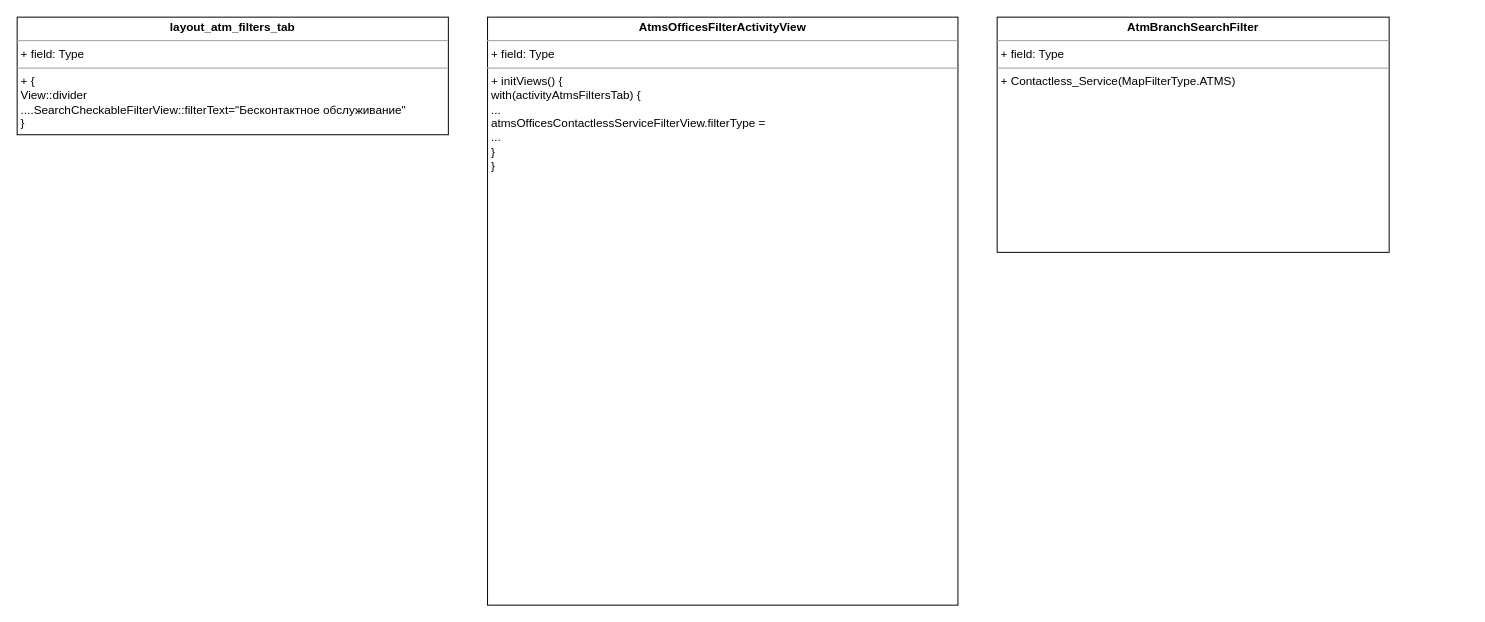
This is UNI-17710.drawio from ShiryaevNikolay/diagrams, a draw.io file, before an edit. Source tidied: cells renumbered, new cells numbered last; positions are measured from the earlier drawing's top-left corner, leaving out a move shared by most shapes. Both pictures are drawn from the tidied source at 98%, with x=0, y=0 at pixel (17, 17).
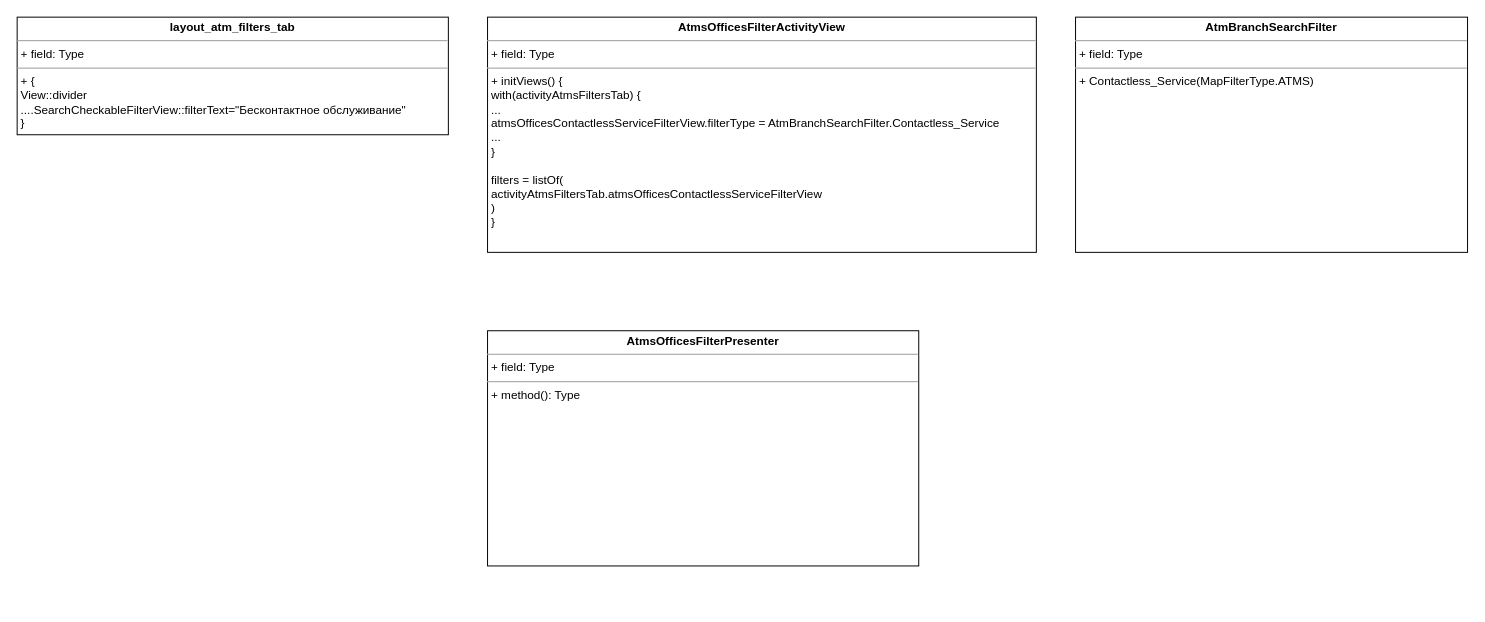
After the change.

Change to the diagram source:
```diff
@@
 <mxGraphModel>
   <root>
     <mxCell id="0" />
     <mxCell id="1" parent="0" />
+    <mxCell id="3" value="&lt;p style=&quot;margin:0px;margin-top:4px;text-align:center;&quot;&gt;&lt;b&gt;AtmsOfficesFilterActivityView&lt;/b&gt;&lt;/p&gt;&lt;hr size=&quot;1&quot;&gt;&lt;p style=&quot;margin:0px;margin-left:4px;&quot;&gt;+ field: Type&lt;/p&gt;&lt;hr size=&quot;1&quot;&gt;&lt;p style=&quot;margin:0px;margin-left:4px;&quot;&gt;+ initViews() {&lt;/p&gt;&lt;p style=&quot;margin:0px;margin-left:4px;&quot;&gt;with(activityAtmsFiltersTab) {&lt;/p&gt;&lt;p style=&quot;margin:0px;margin-left:4px;&quot;&gt;...&lt;br&gt;&lt;/p&gt;&lt;p style=&quot;margin:0px;margin-left:4px;&quot;&gt;atmsOfficesContactlessServiceFilterView.filterType = AtmBranchSearchFilter.Contactless_Service&lt;br&gt;&lt;/p&gt;&lt;p style=&quot;margin:0px;margin-left:4px;&quot;&gt;...&lt;br&gt;&lt;/p&gt;&lt;p style=&quot;margin:0px;margin-left:4px;&quot;&gt;}&lt;/p&gt;&lt;p style=&quot;margin:0px;margin-left:4px;&quot;&gt;&lt;br&gt;&lt;/p&gt;&lt;p style=&quot;margin:0px;margin-left:4px;&quot;&gt;filters = listOf(&lt;/p&gt;&lt;p style=&quot;margin:0px;margin-left:4px;&quot;&gt;activityAtmsFiltersTab.atmsOfficesContactlessServiceFilterView&lt;br&gt;&lt;/p&gt;&lt;p style=&quot;margin:0px;margin-left:4px;&quot;&gt;)&lt;br&gt;&lt;/p&gt;&lt;p style=&quot;margin:0px;margin-left:4px;&quot;&gt;}&lt;br&gt;&lt;/p&gt;" style="verticalAlign=top;align=left;overflow=fill;fontSize=12;fontFamily=Helvetica;html=1;" parent="1" vertex="1">
+      <mxGeometry x="480" width="560" height="240" as="geometry" />
+    </mxCell>
     <mxCell id="2" value="&lt;p style=&quot;margin:0px;margin-top:4px;text-align:center;&quot;&gt;&lt;b&gt;layout_atm_filters_tab&lt;/b&gt;&lt;/p&gt;&lt;hr size=&quot;1&quot;&gt;&lt;p style=&quot;margin:0px;margin-left:4px;&quot;&gt;+ field: Type&lt;/p&gt;&lt;hr size=&quot;1&quot;&gt;&lt;p style=&quot;margin:0px;margin-left:4px;&quot;&gt;+ {&lt;/p&gt;&lt;p style=&quot;margin:0px;margin-left:4px;&quot;&gt;View::divider&lt;/p&gt;&lt;p style=&quot;margin:0px;margin-left:4px;&quot;&gt;....SearchCheckableFilterView::filterText=&quot;Бесконтактное обслуживание&quot;&lt;br&gt;&lt;/p&gt;&lt;p style=&quot;margin:0px;margin-left:4px;&quot;&gt;}&lt;br&gt;&lt;/p&gt;" style="verticalAlign=top;align=left;overflow=fill;fontSize=12;fontFamily=Helvetica;html=1;" parent="1" vertex="1">
       <mxGeometry width="440" height="120" as="geometry" />
     </mxCell>
-    <mxCell id="3" value="&lt;p style=&quot;margin:0px;margin-top:4px;text-align:center;&quot;&gt;&lt;b&gt;AtmsOfficesFilterActivityView&lt;/b&gt;&lt;/p&gt;&lt;hr size=&quot;1&quot;&gt;&lt;p style=&quot;margin:0px;margin-left:4px;&quot;&gt;+ field: Type&lt;/p&gt;&lt;hr size=&quot;1&quot;&gt;&lt;p style=&quot;margin:0px;margin-left:4px;&quot;&gt;+ initViews() {&lt;/p&gt;&lt;p style=&quot;margin:0px;margin-left:4px;&quot;&gt;with(activityAtmsFiltersTab) {&lt;/p&gt;&lt;p style=&quot;margin:0px;margin-left:4px;&quot;&gt;...&lt;br&gt;&lt;/p&gt;&lt;p style=&quot;margin:0px;margin-left:4px;&quot;&gt;atmsOfficesContactlessServiceFilterView.filterType =&lt;/p&gt;&lt;p style=&quot;margin:0px;margin-left:4px;&quot;&gt;...&lt;br&gt;&lt;/p&gt;&lt;p style=&quot;margin:0px;margin-left:4px;&quot;&gt;}&lt;br&gt;&lt;/p&gt;&lt;p style=&quot;margin:0px;margin-left:4px;&quot;&gt;}&lt;br&gt;&lt;/p&gt;" style="verticalAlign=top;align=left;overflow=fill;fontSize=12;fontFamily=Helvetica;html=1;" parent="1" vertex="1">
-      <mxGeometry x="480" width="480" height="600" as="geometry" />
-    </mxCell>
     <mxCell id="4" value="&lt;p style=&quot;margin:0px;margin-top:4px;text-align:center;&quot;&gt;&lt;b&gt;AtmBranchSearchFilter&lt;/b&gt;&lt;/p&gt;&lt;hr size=&quot;1&quot;&gt;&lt;p style=&quot;margin:0px;margin-left:4px;&quot;&gt;+ field: Type&lt;/p&gt;&lt;hr size=&quot;1&quot;&gt;&lt;p style=&quot;margin:0px;margin-left:4px;&quot;&gt;+ Contactless_Service(MapFilterType.ATMS)&lt;/p&gt;" style="verticalAlign=top;align=left;overflow=fill;fontSize=12;fontFamily=Helvetica;html=1;" parent="1" vertex="1">
-      <mxGeometry x="1000" width="400" height="240" as="geometry" />
+      <mxGeometry x="1080" width="400" height="240" as="geometry" />
     </mxCell>
+    <mxCell id="5" value="&lt;p style=&quot;margin:0px;margin-top:4px;text-align:center;&quot;&gt;&lt;b&gt;AtmsOfficesFilterPresenter&lt;/b&gt;&lt;/p&gt;&lt;hr size=&quot;1&quot;&gt;&lt;p style=&quot;margin:0px;margin-left:4px;&quot;&gt;+ field: Type&lt;/p&gt;&lt;hr size=&quot;1&quot;&gt;&lt;p style=&quot;margin:0px;margin-left:4px;&quot;&gt;+ method(): Type&lt;/p&gt;" style="verticalAlign=top;align=left;overflow=fill;fontSize=12;fontFamily=Helvetica;html=1;" parent="1" vertex="1">
+      <mxGeometry x="480" y="320" width="440" height="240" as="geometry" />
+    </mxCell>
   </root>
 </mxGraphModel>
```
